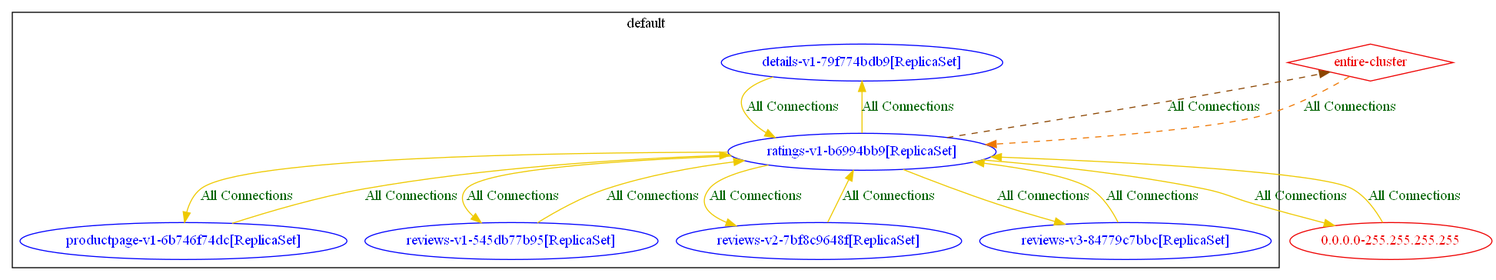
Above: test_outputs/connlist/k8s_ingress_test_focus_workload_ratings-v1-b6994bb9_exposure_output.dot.png in np-guard/netpol-analyzer (Graphviz), before the change. Its source is kept beside it as test_outputs/connlist/k8s_ingress_test_focus_workload_ratings-v1-b6994bb9_exposure_output.dot. The source it was exported from:
```dot
digraph {
	subgraph "cluster_default" {
		color="black"
		fontcolor="black"
		"default/details-v1-79f774bdb9[ReplicaSet]" [label="details-v1-79f774bdb9[ReplicaSet]" color="blue" fontcolor="blue"]
		"default/productpage-v1-6b746f74dc[ReplicaSet]" [label="productpage-v1-6b746f74dc[ReplicaSet]" color="blue" fontcolor="blue"]
		"default/ratings-v1-b6994bb9[ReplicaSet]" [label="ratings-v1-b6994bb9[ReplicaSet]" color="blue" fontcolor="blue"]
		"default/reviews-v1-545db77b95[ReplicaSet]" [label="reviews-v1-545db77b95[ReplicaSet]" color="blue" fontcolor="blue"]
		"default/reviews-v2-7bf8c9648f[ReplicaSet]" [label="reviews-v2-7bf8c9648f[ReplicaSet]" color="blue" fontcolor="blue"]
		"default/reviews-v3-84779c7bbc[ReplicaSet]" [label="reviews-v3-84779c7bbc[ReplicaSet]" color="blue" fontcolor="blue"]
		label="default"
	}
	"0.0.0.0-255.255.255.255" [label="0.0.0.0-255.255.255.255" color="red2" fontcolor="red2"]
	"entire-cluster" [label="entire-cluster" color="red2" fontcolor="red2" shape=diamond]
	"0.0.0.0-255.255.255.255" -> "default/ratings-v1-b6994bb9[ReplicaSet]" [label="All Connections" color="gold2" fontcolor="darkgreen" weight=0.5]
	"default/details-v1-79f774bdb9[ReplicaSet]" -> "default/ratings-v1-b6994bb9[ReplicaSet]" [label="All Connections" color="gold2" fontcolor="darkgreen" weight=0.5]
	"default/productpage-v1-6b746f74dc[ReplicaSet]" -> "default/ratings-v1-b6994bb9[ReplicaSet]" [label="All Connections" color="gold2" fontcolor="darkgreen" weight=0.5]
	"default/ratings-v1-b6994bb9[ReplicaSet]" -> "0.0.0.0-255.255.255.255" [label="All Connections" color="gold2" fontcolor="darkgreen" weight=1]
	"default/ratings-v1-b6994bb9[ReplicaSet]" -> "default/details-v1-79f774bdb9[ReplicaSet]" [label="All Connections" color="gold2" fontcolor="darkgreen" weight=1]
	"default/ratings-v1-b6994bb9[ReplicaSet]" -> "default/productpage-v1-6b746f74dc[ReplicaSet]" [label="All Connections" color="gold2" fontcolor="darkgreen" weight=1]
	"default/ratings-v1-b6994bb9[ReplicaSet]" -> "default/reviews-v1-545db77b95[ReplicaSet]" [label="All Connections" color="gold2" fontcolor="darkgreen" weight=0.5]
	"default/ratings-v1-b6994bb9[ReplicaSet]" -> "default/reviews-v2-7bf8c9648f[ReplicaSet]" [label="All Connections" color="gold2" fontcolor="darkgreen" weight=0.5]
	"default/ratings-v1-b6994bb9[ReplicaSet]" -> "default/reviews-v3-84779c7bbc[ReplicaSet]" [label="All Connections" color="gold2" fontcolor="darkgreen" weight=0.5]
	"default/ratings-v1-b6994bb9[ReplicaSet]" -> "entire-cluster" [label="All Connections" color="darkorange4" fontcolor="darkgreen" weight=0.5 style=dashed]
	"default/reviews-v1-545db77b95[ReplicaSet]" -> "default/ratings-v1-b6994bb9[ReplicaSet]" [label="All Connections" color="gold2" fontcolor="darkgreen" weight=1]
	"default/reviews-v2-7bf8c9648f[ReplicaSet]" -> "default/ratings-v1-b6994bb9[ReplicaSet]" [label="All Connections" color="gold2" fontcolor="darkgreen" weight=1]
	"default/reviews-v3-84779c7bbc[ReplicaSet]" -> "default/ratings-v1-b6994bb9[ReplicaSet]" [label="All Connections" color="gold2" fontcolor="darkgreen" weight=1]
	"entire-cluster" -> "default/ratings-v1-b6994bb9[ReplicaSet]" [label="All Connections" color="darkorange2" fontcolor="darkgreen" weight=1 style=dashed]
}
```
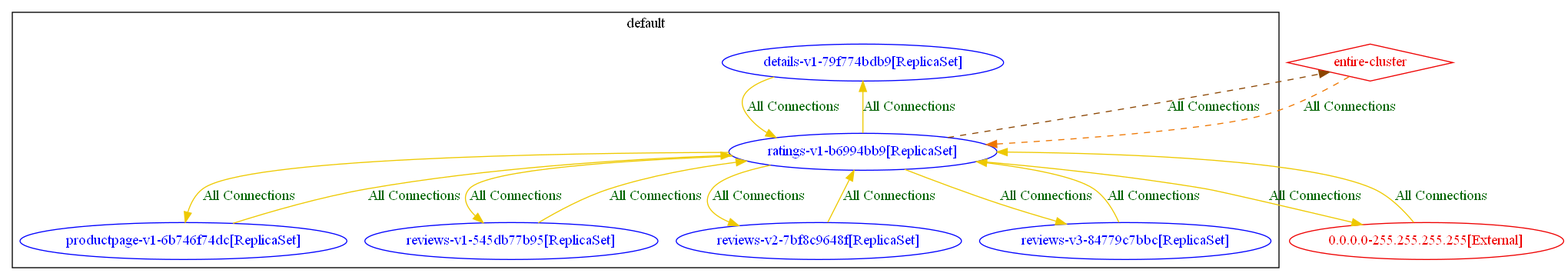
After the change.

Change to the diagram source:
```diff
@@ -10,12 +10,12 @@
 		"default/reviews-v3-84779c7bbc[ReplicaSet]" [label="reviews-v3-84779c7bbc[ReplicaSet]" color="blue" fontcolor="blue"]
 		label="default"
 	}
-	"0.0.0.0-255.255.255.255" [label="0.0.0.0-255.255.255.255" color="red2" fontcolor="red2"]
+	"0.0.0.0-255.255.255.255[External]" [label="0.0.0.0-255.255.255.255[External]" color="red2" fontcolor="red2"]
 	"entire-cluster" [label="entire-cluster" color="red2" fontcolor="red2" shape=diamond]
-	"0.0.0.0-255.255.255.255" -> "default/ratings-v1-b6994bb9[ReplicaSet]" [label="All Connections" color="gold2" fontcolor="darkgreen" weight=0.5]
+	"0.0.0.0-255.255.255.255[External]" -> "default/ratings-v1-b6994bb9[ReplicaSet]" [label="All Connections" color="gold2" fontcolor="darkgreen" weight=0.5]
 	"default/details-v1-79f774bdb9[ReplicaSet]" -> "default/ratings-v1-b6994bb9[ReplicaSet]" [label="All Connections" color="gold2" fontcolor="darkgreen" weight=0.5]
 	"default/productpage-v1-6b746f74dc[ReplicaSet]" -> "default/ratings-v1-b6994bb9[ReplicaSet]" [label="All Connections" color="gold2" fontcolor="darkgreen" weight=0.5]
-	"default/ratings-v1-b6994bb9[ReplicaSet]" -> "0.0.0.0-255.255.255.255" [label="All Connections" color="gold2" fontcolor="darkgreen" weight=1]
+	"default/ratings-v1-b6994bb9[ReplicaSet]" -> "0.0.0.0-255.255.255.255[External]" [label="All Connections" color="gold2" fontcolor="darkgreen" weight=1]
 	"default/ratings-v1-b6994bb9[ReplicaSet]" -> "default/details-v1-79f774bdb9[ReplicaSet]" [label="All Connections" color="gold2" fontcolor="darkgreen" weight=1]
 	"default/ratings-v1-b6994bb9[ReplicaSet]" -> "default/productpage-v1-6b746f74dc[ReplicaSet]" [label="All Connections" color="gold2" fontcolor="darkgreen" weight=1]
 	"default/ratings-v1-b6994bb9[ReplicaSet]" -> "default/reviews-v1-545db77b95[ReplicaSet]" [label="All Connections" color="gold2" fontcolor="darkgreen" weight=0.5]
```
